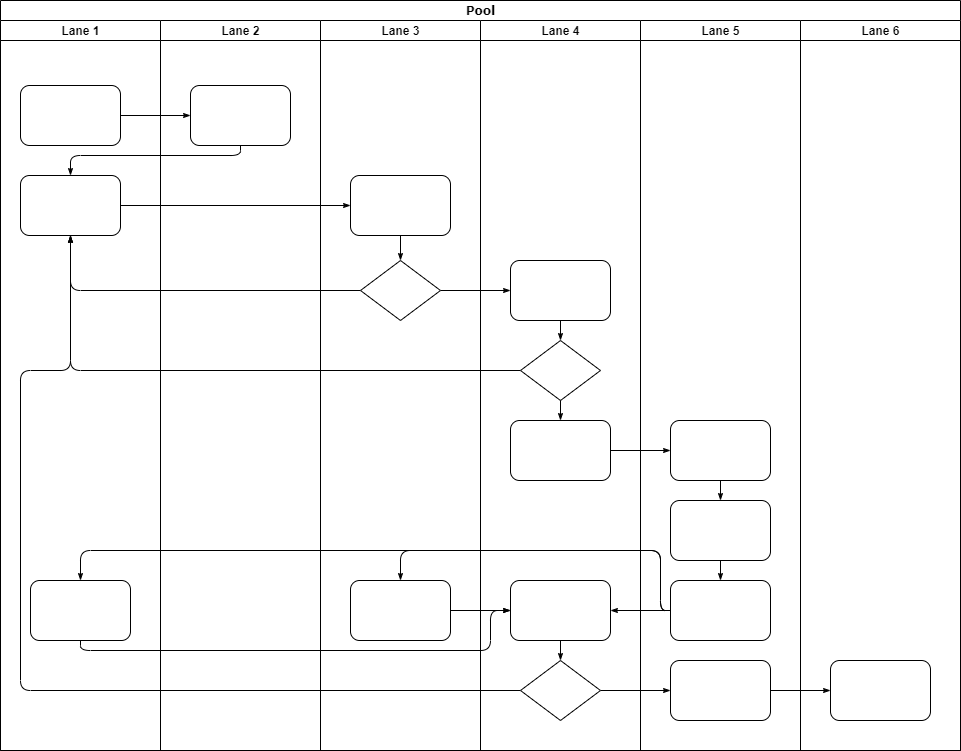
Before: Sync.png, a diagram exported from draw.io (Isa-S/Hello-World). Source tidied: cells renumbered, new cells last; positions are measured from the earlier drawing's top-left corner, leaving out a move shared by most shapes.
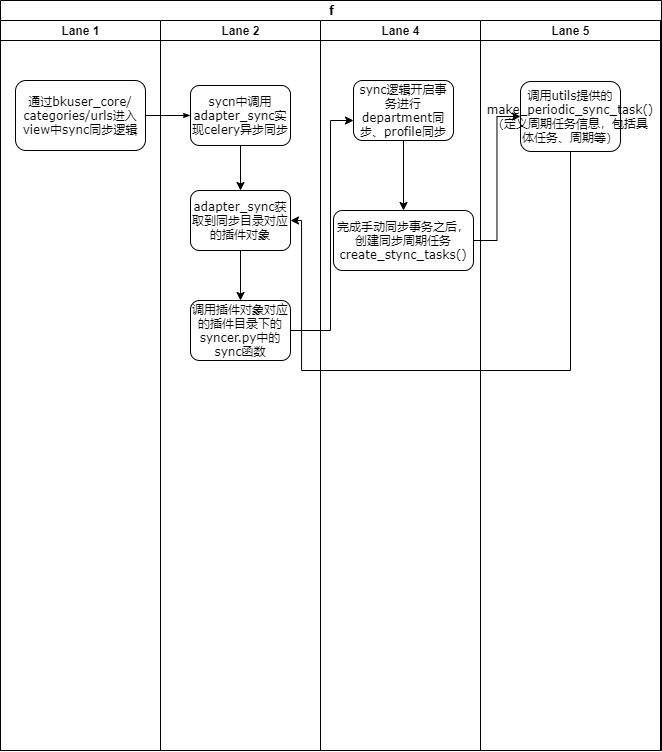
The same diagram one commit later.

Diff of the diagram source:
```diff
@@ -2,169 +2,76 @@
   <root>
     <mxCell id="0" />
     <mxCell id="1" parent="0" />
-    <mxCell id="2" value="Pool" style="swimlane;html=1;startSize=20;rounded=0;shadow=0;labelBackgroundColor=none;strokeWidth=1;fontFamily=Verdana;fontSize=8;align=center;" parent="1" vertex="1">
-      <mxGeometry width="960" height="750" as="geometry" />
+    <mxCell id="2" value="f" style="swimlane;html=1;startSize=20;rounded=0;shadow=0;labelBackgroundColor=none;strokeWidth=1;fontFamily=Verdana;fontSize=8;align=center;" parent="1" vertex="1">
+      <mxGeometry width="661" height="750" as="geometry" />
     </mxCell>
     <mxCell id="3" value="Lane 1" style="swimlane;html=1;startSize=20;" parent="2" vertex="1">
       <mxGeometry y="20" width="160" height="730" as="geometry" />
     </mxCell>
-    <mxCell id="4" style="rounded=1;whiteSpace=wrap;html=1;shadow=0;labelBackgroundColor=none;strokeWidth=1;fontFamily=Verdana;fontSize=8;align=center;" parent="3" vertex="1">
-      <mxGeometry x="20" y="65" width="100" height="60" as="geometry" />
+    <mxCell id="4" value="通过bkuser_core/&lt;br&gt;categories/urls进入view中sync同步逻辑" style="rounded=1;whiteSpace=wrap;html=1;shadow=0;labelBackgroundColor=none;strokeWidth=1;fontFamily=Verdana;fontSize=8;align=center;" parent="3" vertex="1">
+      <mxGeometry x="15" y="60" width="130" height="70" as="geometry" />
     </mxCell>
+    <mxCell id="7" style="edgeStyle=orthogonalEdgeStyle;rounded=1;html=1;labelBackgroundColor=none;startArrow=none;startFill=0;startSize=5;endArrow=classicThin;endFill=1;endSize=5;jettySize=auto;strokeWidth=1;fontFamily=Verdana;fontSize=8;" parent="2" edge="1" source="4" target="23">
+      <mxGeometry relative="1" as="geometry" />
+    </mxCell>
+    <mxCell id="22" value="Lane 2" style="swimlane;html=1;startSize=20;" parent="2" vertex="1">
+      <mxGeometry x="160" y="20" width="160" height="730" as="geometry" />
+    </mxCell>
+    <mxCell id="8" style="edgeStyle=orthogonalEdgeStyle;rounded=0;jettySize=auto;html=1;exitX=0.5;exitY=1;exitDx=0;exitDy=0;entryX=0.5;entryY=0;entryDx=0;entryDy=0;" parent="22" edge="1" source="23" target="5">
+      <mxGeometry relative="1" as="geometry" />
+    </mxCell>
+    <mxCell id="23" value="sycn中调用adapter_sync实现celery异步同步" style="rounded=1;whiteSpace=wrap;html=1;shadow=0;labelBackgroundColor=none;strokeWidth=1;fontFamily=Verdana;fontSize=8;align=center;" parent="22" vertex="1">
+      <mxGeometry x="30" y="65" width="100" height="60" as="geometry" />
+    </mxCell>
+    <mxCell id="47" style="edgeStyle=orthogonalEdgeStyle;rounded=0;jettySize=auto;html=1;exitX=0.5;exitY=1;exitDx=0;exitDy=0;entryX=0.5;entryY=0;entryDx=0;entryDy=0;" parent="22" edge="1" source="5" target="30">
+      <mxGeometry relative="1" as="geometry" />
+    </mxCell>
-    <mxCell id="5" style="rounded=1;whiteSpace=wrap;html=1;shadow=0;labelBackgroundColor=none;strokeWidth=1;fontFamily=Verdana;fontSize=8;align=center;" parent="3" vertex="1">
-      <mxGeometry x="20" y="155" width="100" height="60" as="geometry" />
+    <mxCell id="5" value="adapter_sync获取到同步目录对应的插件对象" style="rounded=1;whiteSpace=wrap;html=1;shadow=0;labelBackgroundColor=none;strokeWidth=1;fontFamily=Verdana;fontSize=8;align=center;" parent="22" vertex="1">
+      <mxGeometry x="30" y="170" width="100" height="60" as="geometry" />
     </mxCell>
-    <mxCell id="6" style="rounded=1;whiteSpace=wrap;html=1;shadow=0;labelBackgroundColor=none;strokeWidth=1;fontFamily=Verdana;fontSize=8;align=center;" parent="3" vertex="1">
-      <mxGeometry x="30" y="560" width="100" height="60" as="geometry" />
-    </mxCell>
-    <mxCell id="7" style="edgeStyle=orthogonalEdgeStyle;rounded=1;html=1;labelBackgroundColor=none;startArrow=none;startFill=0;startSize=5;endArrow=classicThin;endFill=1;endSize=5;jettySize=auto;strokeWidth=1;fontFamily=Verdana;fontSize=8;" parent="2" edge="1" source="4" target="23">
-      <mxGeometry relative="1" as="geometry" />
-    </mxCell>
-    <mxCell id="8" style="edgeStyle=orthogonalEdgeStyle;rounded=1;html=1;labelBackgroundColor=none;startArrow=none;startFill=0;startSize=5;endArrow=classicThin;endFill=1;endSize=5;jettySize=auto;strokeWidth=1;fontFamily=Verdana;fontSize=8;" parent="2" edge="1" source="23" target="5">
-      <mxGeometry relative="1" as="geometry">
-        <Array as="points">
-          <mxPoint x="240" y="155" />
-          <mxPoint x="70" y="155" />
-        </Array>
-      </mxGeometry>
-    </mxCell>
-    <mxCell id="9" style="edgeStyle=orthogonalEdgeStyle;rounded=1;html=1;labelBackgroundColor=none;startArrow=none;startFill=0;startSize=5;endArrow=classicThin;endFill=1;endSize=5;jettySize=auto;strokeWidth=1;fontFamily=Verdana;fontSize=8;" parent="2" edge="1" source="5" target="25">
-      <mxGeometry relative="1" as="geometry" />
-    </mxCell>
-    <mxCell id="10" style="edgeStyle=orthogonalEdgeStyle;rounded=1;html=1;labelBackgroundColor=none;startArrow=none;startFill=0;startSize=5;endArrow=classicThin;endFill=1;endSize=5;jettySize=auto;strokeWidth=1;fontFamily=Verdana;fontSize=8;" parent="2" edge="1" source="26" target="5">
-      <mxGeometry relative="1" as="geometry" />
-    </mxCell>
-    <mxCell id="11" style="edgeStyle=orthogonalEdgeStyle;rounded=1;html=1;labelBackgroundColor=none;startArrow=none;startFill=0;startSize=5;endArrow=classicThin;endFill=1;endSize=5;jettySize=auto;strokeWidth=1;fontFamily=Verdana;fontSize=8;" parent="2" edge="1" source="31" target="5">
-      <mxGeometry relative="1" as="geometry" />
-    </mxCell>
-    <mxCell id="12" style="edgeStyle=orthogonalEdgeStyle;rounded=1;html=1;labelBackgroundColor=none;startArrow=none;startFill=0;startSize=5;endArrow=classicThin;endFill=1;endSize=5;jettySize=auto;strokeWidth=1;fontFamily=Verdana;fontSize=8;" parent="2" edge="1" source="34" target="5">
-      <mxGeometry relative="1" as="geometry">
-        <Array as="points">
-          <mxPoint x="20" y="690" />
-          <mxPoint x="20" y="370" />
-          <mxPoint x="70" y="370" />
-        </Array>
-      </mxGeometry>
-    </mxCell>
-    <mxCell id="13" style="edgeStyle=orthogonalEdgeStyle;rounded=1;html=1;labelBackgroundColor=none;startArrow=none;startFill=0;startSize=5;endArrow=classicThin;endFill=1;endSize=5;jettySize=auto;strokeWidth=1;fontFamily=Verdana;fontSize=8;" parent="2" edge="1" source="26" target="30">
-      <mxGeometry relative="1" as="geometry" />
-    </mxCell>
-    <mxCell id="14" style="edgeStyle=orthogonalEdgeStyle;rounded=1;html=1;labelBackgroundColor=none;startArrow=none;startFill=0;startSize=5;endArrow=classicThin;endFill=1;endSize=5;jettySize=auto;strokeWidth=1;fontFamily=Verdana;fontSize=8;" parent="2" edge="1" source="34" target="42">
-      <mxGeometry relative="1" as="geometry" />
-    </mxCell>
-    <mxCell id="15" style="edgeStyle=orthogonalEdgeStyle;rounded=1;html=1;labelBackgroundColor=none;startArrow=none;startFill=0;startSize=5;endArrow=classicThin;endFill=1;endSize=5;jettySize=auto;strokeWidth=1;fontFamily=Verdana;fontSize=8;" parent="2" edge="1" source="42" target="46">
-      <mxGeometry relative="1" as="geometry" />
-    </mxCell>
+    <mxCell id="48" style="edgeStyle=orthogonalEdgeStyle;rounded=0;orthogonalLoop=1;jettySize=auto;html=1;exitX=0.5;exitY=1;exitDx=0;exitDy=0;" parent="22" edge="1" source="5" target="5">
+      <mxGeometry relative="1" as="geometry" />
+    </mxCell>
+    <mxCell id="30" value="调用插件对象对应的插件目录下的syncer.py中的sync函数" style="rounded=1;whiteSpace=wrap;html=1;shadow=0;labelBackgroundColor=none;strokeWidth=1;fontFamily=Verdana;fontSize=8;align=center;" parent="22" vertex="1">
+      <mxGeometry x="30" y="280" width="100" height="60" as="geometry" />
+    </mxCell>
+    <mxCell id="29" value="Lane 4" style="swimlane;html=1;startSize=20;" parent="2" vertex="1">
+      <mxGeometry x="320" y="20" width="160" height="730" as="geometry" />
+    </mxCell>
-    <mxCell id="16" style="edgeStyle=orthogonalEdgeStyle;rounded=1;html=1;labelBackgroundColor=none;startArrow=none;startFill=0;startSize=5;endArrow=classicThin;endFill=1;endSize=5;jettySize=auto;strokeWidth=1;fontFamily=Verdana;fontSize=8;" parent="2" edge="1" source="32" target="39">
+    <mxCell id="16" style="edgeStyle=orthogonalEdgeStyle;rounded=0;jettySize=auto;html=1;exitX=0.5;exitY=1;exitDx=0;exitDy=0;entryX=0.5;entryY=0;entryDx=0;entryDy=0;" parent="29" edge="1" source="32" target="39">
       <mxGeometry relative="1" as="geometry" />
     </mxCell>
-    <mxCell id="17" style="edgeStyle=orthogonalEdgeStyle;rounded=1;html=1;labelBackgroundColor=none;startArrow=none;startFill=0;startSize=5;endArrow=classicThin;endFill=1;endSize=5;jettySize=auto;strokeWidth=1;fontFamily=Verdana;fontSize=8;" parent="2" edge="1" source="41" target="27">
-      <mxGeometry relative="1" as="geometry">
-        <Array as="points">
-          <mxPoint x="660" y="610" />
-          <mxPoint x="660" y="550" />
-          <mxPoint x="400" y="550" />
-        </Array>
-      </mxGeometry>
-    </mxCell>
-    <mxCell id="18" style="edgeStyle=orthogonalEdgeStyle;rounded=1;html=1;labelBackgroundColor=none;startArrow=none;startFill=0;startSize=5;endArrow=classicThin;endFill=1;endSize=5;jettySize=auto;strokeColor=#000000;strokeWidth=1;fontFamily=Verdana;fontSize=8;fontColor=#000000;" parent="2" edge="1" source="41" target="33">
-      <mxGeometry relative="1" as="geometry" />
-    </mxCell>
-    <mxCell id="19" style="edgeStyle=orthogonalEdgeStyle;rounded=1;html=1;labelBackgroundColor=none;startArrow=none;startFill=0;startSize=5;endArrow=classicThin;endFill=1;endSize=5;jettySize=auto;strokeWidth=1;fontFamily=Verdana;fontSize=8;" parent="2" edge="1" source="41" target="6">
-      <mxGeometry relative="1" as="geometry">
-        <Array as="points">
-          <mxPoint x="660" y="610" />
-          <mxPoint x="660" y="550" />
-          <mxPoint x="80" y="550" />
-        </Array>
-      </mxGeometry>
-    </mxCell>
-    <mxCell id="20" style="edgeStyle=orthogonalEdgeStyle;rounded=1;html=1;labelBackgroundColor=none;startArrow=none;startFill=0;startSize=5;endArrow=classicThin;endFill=1;endSize=5;jettySize=auto;strokeWidth=1;fontFamily=Verdana;fontSize=8;" parent="2" edge="1" source="6" target="33">
-      <mxGeometry relative="1" as="geometry">
-        <Array as="points">
-          <mxPoint x="80" y="650" />
-          <mxPoint x="490" y="650" />
-          <mxPoint x="490" y="610" />
-        </Array>
-      </mxGeometry>
-    </mxCell>
-    <mxCell id="21" style="edgeStyle=orthogonalEdgeStyle;rounded=1;html=1;labelBackgroundColor=none;startArrow=none;startFill=0;startSize=5;endArrow=classicThin;endFill=1;endSize=5;jettySize=auto;strokeWidth=1;fontFamily=Verdana;fontSize=8;" parent="2" edge="1" source="27" target="33">
-      <mxGeometry relative="1" as="geometry" />
-    </mxCell>
-    <mxCell id="22" value="Lane 2" style="swimlane;html=1;startSize=20;" parent="2" vertex="1">
-      <mxGeometry x="160" y="20" width="160" height="730" as="geometry" />
-    </mxCell>
-    <mxCell id="23" style="rounded=1;whiteSpace=wrap;html=1;shadow=0;labelBackgroundColor=none;strokeWidth=1;fontFamily=Verdana;fontSize=8;align=center;" parent="22" vertex="1">
-      <mxGeometry x="30" y="65" width="100" height="60" as="geometry" />
-    </mxCell>
-    <mxCell id="24" value="Lane 3" style="swimlane;html=1;startSize=20;" parent="2" vertex="1">
-      <mxGeometry x="320" y="20" width="160" height="730" as="geometry" />
-    </mxCell>
-    <mxCell id="25" style="rounded=1;whiteSpace=wrap;html=1;shadow=0;labelBackgroundColor=none;strokeWidth=1;fontFamily=Verdana;fontSize=8;align=center;" parent="24" vertex="1">
-      <mxGeometry x="30" y="155" width="100" height="60" as="geometry" />
-    </mxCell>
-    <mxCell id="26" style="rhombus;whiteSpace=wrap;html=1;rounded=0;shadow=0;labelBackgroundColor=none;strokeWidth=1;fontFamily=Verdana;fontSize=8;align=center;" parent="24" vertex="1">
-      <mxGeometry x="40" y="240" width="80" height="60" as="geometry" />
-    </mxCell>
-    <mxCell id="27" style="rounded=1;whiteSpace=wrap;html=1;shadow=0;labelBackgroundColor=none;strokeWidth=1;fontFamily=Verdana;fontSize=8;align=center;" parent="24" vertex="1">
-      <mxGeometry x="30" y="560" width="100" height="60" as="geometry" />
-    </mxCell>
-    <mxCell id="28" style="edgeStyle=orthogonalEdgeStyle;rounded=1;html=1;labelBackgroundColor=none;startArrow=none;startFill=0;startSize=5;endArrow=classicThin;endFill=1;endSize=5;jettySize=auto;strokeWidth=1;fontFamily=Verdana;fontSize=8;" parent="24" edge="1" source="25" target="26">
-      <mxGeometry relative="1" as="geometry" />
-    </mxCell>
-    <mxCell id="29" value="Lane 4" style="swimlane;html=1;startSize=20;" parent="2" vertex="1">
-      <mxGeometry x="480" y="20" width="160" height="730" as="geometry" />
-    </mxCell>
-    <mxCell id="30" style="rounded=1;whiteSpace=wrap;html=1;shadow=0;labelBackgroundColor=none;strokeWidth=1;fontFamily=Verdana;fontSize=8;align=center;" parent="29" vertex="1">
-      <mxGeometry x="30" y="240" width="100" height="60" as="geometry" />
-    </mxCell>
-    <mxCell id="31" style="rhombus;whiteSpace=wrap;html=1;rounded=0;shadow=0;labelBackgroundColor=none;strokeWidth=1;fontFamily=Verdana;fontSize=8;align=center;" parent="29" vertex="1">
-      <mxGeometry x="40" y="320" width="80" height="60" as="geometry" />
-    </mxCell>
-    <mxCell id="32" style="rounded=1;whiteSpace=wrap;html=1;shadow=0;labelBackgroundColor=none;strokeWidth=1;fontFamily=Verdana;fontSize=8;align=center;" parent="29" vertex="1">
-      <mxGeometry x="30" y="400" width="100" height="60" as="geometry" />
+    <mxCell id="32" value="sync逻辑开启事务进行department同步、profile同步" style="rounded=1;whiteSpace=wrap;html=1;shadow=0;labelBackgroundColor=none;strokeWidth=1;fontFamily=Verdana;fontSize=8;align=center;" parent="29" vertex="1">
+      <mxGeometry x="33" y="60" width="100" height="60" as="geometry" />
     </mxCell>
-    <mxCell id="33" style="rounded=1;whiteSpace=wrap;html=1;shadow=0;labelBackgroundColor=none;strokeWidth=1;fontFamily=Verdana;fontSize=8;align=center;" parent="29" vertex="1">
-      <mxGeometry x="30" y="560" width="100" height="60" as="geometry" />
-    </mxCell>
-    <mxCell id="34" style="rhombus;whiteSpace=wrap;html=1;rounded=0;shadow=0;labelBackgroundColor=none;strokeWidth=1;fontFamily=Verdana;fontSize=8;align=center;" parent="29" vertex="1">
-      <mxGeometry x="40" y="640" width="80" height="60" as="geometry" />
-    </mxCell>
-    <mxCell id="35" style="edgeStyle=orthogonalEdgeStyle;rounded=1;html=1;labelBackgroundColor=none;startArrow=none;startFill=0;startSize=5;endArrow=classicThin;endFill=1;endSize=5;jettySize=auto;strokeColor=#000000;strokeWidth=1;fontFamily=Verdana;fontSize=8;fontColor=#000000;" parent="29" edge="1" source="30" target="31">
-      <mxGeometry relative="1" as="geometry" />
-    </mxCell>
-    <mxCell id="36" style="edgeStyle=orthogonalEdgeStyle;rounded=1;html=1;labelBackgroundColor=none;startArrow=none;startFill=0;startSize=5;endArrow=classicThin;endFill=1;endSize=5;jettySize=auto;strokeWidth=1;fontFamily=Verdana;fontSize=8;" parent="29" edge="1" source="31" target="32">
-      <mxGeometry relative="1" as="geometry" />
-    </mxCell>
-    <mxCell id="37" style="edgeStyle=orthogonalEdgeStyle;rounded=1;html=1;labelBackgroundColor=none;startArrow=none;startFill=0;startSize=5;endArrow=classicThin;endFill=1;endSize=5;jettySize=auto;strokeWidth=1;fontFamily=Verdana;fontSize=8;" parent="29" edge="1" source="33" target="34">
-      <mxGeometry relative="1" as="geometry" />
-    </mxCell>
+    <mxCell id="39" value="完成手动同步事务之后，创建同步周期任务create_stync_tasks()" style="rounded=1;whiteSpace=wrap;html=1;shadow=0;labelBackgroundColor=none;strokeWidth=1;fontFamily=Verdana;fontSize=8;align=center;" parent="29" vertex="1">
+      <mxGeometry x="13" y="190" width="140" height="60" as="geometry" />
+    </mxCell>
+    <mxCell id="49" style="edgeStyle=orthogonalEdgeStyle;rounded=0;jettySize=auto;html=1;exitX=1;exitY=0.5;exitDx=0;exitDy=0;" parent="2" edge="1" source="30" target="32">
+      <mxGeometry relative="1" as="geometry">
+        <Array as="points">
+          <mxPoint x="330" y="330" />
+          <mxPoint x="330" y="120" />
+        </Array>
+      </mxGeometry>
+    </mxCell>
+    <mxCell id="43" style="edgeStyle=orthogonalEdgeStyle;rounded=0;jettySize=auto;html=1;exitX=1;exitY=0.5;exitDx=0;exitDy=0;entryX=0;entryY=0.5;entryDx=0;entryDy=0;" parent="2" edge="1" source="39" target="40">
+      <mxGeometry relative="1" as="geometry" />
+    </mxCell>
     <mxCell id="38" value="Lane 5" style="swimlane;html=1;startSize=20;" parent="2" vertex="1">
-      <mxGeometry x="640" y="20" width="160" height="730" as="geometry" />
+      <mxGeometry x="480" y="20" width="180" height="730" as="geometry" />
     </mxCell>
-    <mxCell id="39" style="rounded=1;whiteSpace=wrap;html=1;shadow=0;labelBackgroundColor=none;strokeWidth=1;fontFamily=Verdana;fontSize=8;align=center;" parent="38" vertex="1">
-      <mxGeometry x="30" y="400" width="100" height="60" as="geometry" />
-    </mxCell>
-    <mxCell id="40" style="rounded=1;whiteSpace=wrap;html=1;shadow=0;labelBackgroundColor=none;strokeWidth=1;fontFamily=Verdana;fontSize=8;align=center;" parent="38" vertex="1">
-      <mxGeometry x="30" y="480" width="100" height="60" as="geometry" />
+    <mxCell id="40" value="调用utils提供的make_periodic_sync_task()&lt;br&gt;（定义周期任务信息，包括具体任务、周期等）" style="rounded=1;whiteSpace=wrap;html=1;shadow=0;labelBackgroundColor=none;strokeWidth=1;fontFamily=Verdana;fontSize=8;align=center;" parent="38" vertex="1">
+      <mxGeometry x="40" y="61" width="100" height="70" as="geometry" />
     </mxCell>
-    <mxCell id="41" style="rounded=1;whiteSpace=wrap;html=1;shadow=0;labelBackgroundColor=none;strokeWidth=1;fontFamily=Verdana;fontSize=8;align=center;" parent="38" vertex="1">
-      <mxGeometry x="30" y="560" width="100" height="60" as="geometry" />
-    </mxCell>
-    <mxCell id="42" style="rounded=1;whiteSpace=wrap;html=1;shadow=0;labelBackgroundColor=none;strokeWidth=1;fontFamily=Verdana;fontSize=8;align=center;" parent="38" vertex="1">
-      <mxGeometry x="30" y="640" width="100" height="60" as="geometry" />
-    </mxCell>
-    <mxCell id="43" style="edgeStyle=orthogonalEdgeStyle;rounded=1;html=1;labelBackgroundColor=none;startArrow=none;startFill=0;startSize=5;endArrow=classicThin;endFill=1;endSize=5;jettySize=auto;strokeWidth=1;fontFamily=Verdana;fontSize=8;" parent="38" edge="1" source="39" target="40">
-      <mxGeometry relative="1" as="geometry" />
-    </mxCell>
-    <mxCell id="44" style="edgeStyle=orthogonalEdgeStyle;rounded=1;html=1;labelBackgroundColor=none;startArrow=none;startFill=0;startSize=5;endArrow=classicThin;endFill=1;endSize=5;jettySize=auto;strokeWidth=1;fontFamily=Verdana;fontSize=8;" parent="38" edge="1" source="40" target="41">
-      <mxGeometry relative="1" as="geometry" />
-    </mxCell>
-    <mxCell id="45" value="Lane 6" style="swimlane;html=1;startSize=20;" parent="2" vertex="1">
-      <mxGeometry x="800" y="20" width="160" height="730" as="geometry" />
-    </mxCell>
-    <mxCell id="46" style="rounded=1;whiteSpace=wrap;html=1;shadow=0;labelBackgroundColor=none;strokeWidth=1;fontFamily=Verdana;fontSize=8;align=center;" parent="45" vertex="1">
-      <mxGeometry x="30" y="640" width="100" height="60" as="geometry" />
-    </mxCell>
+    <mxCell id="50" style="edgeStyle=orthogonalEdgeStyle;rounded=0;jettySize=auto;html=1;exitX=0.5;exitY=1;exitDx=0;exitDy=0;entryX=1;entryY=0.5;entryDx=0;entryDy=0;" parent="2" edge="1" source="40" target="5">
+      <mxGeometry relative="1" as="geometry">
+        <Array as="points">
+          <mxPoint x="570" y="370" />
+          <mxPoint x="301" y="370" />
+          <mxPoint x="301" y="220" />
+        </Array>
+      </mxGeometry>
+    </mxCell>
   </root>
 </mxGraphModel>
```
